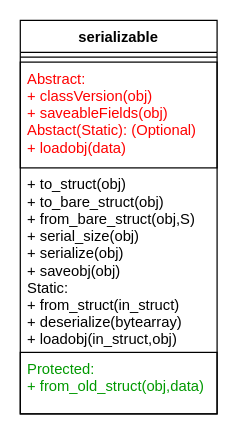
The draw.io diagram page "serializable_main_interface" (1 of 2) of documentation/diagrams/Serializable_validity.drawio in pace-neutrons/Horace, before the edit. Source tidied: cells renumbered, new cells numbered last; positions are measured from the earlier drawing's top-left corner, leaving out a move shared by most shapes. Both pictures are drawn from the tidied source at 123%, with x=0, y=0 at pixel (20, 20).
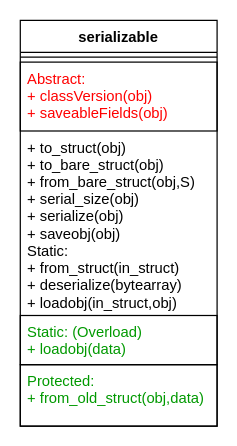
After the change.

Diff of the diagram source:
```diff
@@
 <mxGraphModel>
   <root>
     <mxCell id="0" />
     <mxCell id="1" parent="0" />
     <mxCell id="2" value="serializable" style="swimlane;fontStyle=1;align=center;verticalAlign=top;horizontal=1;startSize=26;" parent="1" vertex="1">
-      <mxGeometry width="160" height="320" as="geometry" />
+      <mxGeometry width="160" height="330" as="geometry" />
     </mxCell>
     <mxCell id="3" style="line;strokeWidth=1;fillColor=none;align=left;verticalAlign=middle;spacingTop=-1;spacingLeft=3;spacingRight=3;labelPosition=right;" parent="2" vertex="1">
       <mxGeometry y="26" width="160" height="8" as="geometry" />
     </mxCell>
-    <mxCell id="4" value="Abstract:&#10;+ classVersion(obj)&#10;+ saveableFields(obj)&#10;Abstact(Static): (Optional)&#10;+ loadobj(data)" style="text;fillColor=none;align=left;verticalAlign=top;spacingLeft=4;spacingRight=4;overflow=hidden;fontColor=#FF0000;strokeColor=#000000;" parent="2" vertex="1">
-      <mxGeometry y="34" width="160" height="86" as="geometry" />
+    <mxCell id="4" value="Abstract:&#10;+ classVersion(obj)&#10;+ saveableFields(obj)" style="text;fillColor=none;align=left;verticalAlign=top;spacingLeft=4;spacingRight=4;overflow=hidden;fontColor=#FF0000;strokeColor=#000000;" parent="2" vertex="1">
+      <mxGeometry y="34" width="160" height="56" as="geometry" />
     </mxCell>
     <mxCell id="5" value="+ to_struct(obj)&#10;+ to_bare_struct(obj)&#10;+ from_bare_struct(obj,S)&#10;+ serial_size(obj)&#10;+ serialize(obj)&#10;+ saveobj(obj)&#10;Static:&#10;+ from_struct(in_struct)&#10;+ deserialize(bytearray)&#10;+ loadobj(in_struct,obj)&#10;" style="text;strokeColor=none;fillColor=none;align=left;verticalAlign=top;spacingLeft=4;spacingRight=4;overflow=hidden;" parent="2" vertex="1">
-      <mxGeometry y="120" width="160" height="150" as="geometry" />
+      <mxGeometry y="90" width="160" height="150" as="geometry" />
     </mxCell>
+    <mxCell id="7" value="Static: (Overload)&#10;+ loadobj(data)" style="text;fillColor=none;align=left;verticalAlign=top;spacingLeft=4;spacingRight=4;overflow=hidden;strokeColor=#000000;fontColor=#009900;" parent="2" vertex="1">
+      <mxGeometry y="240" width="160" height="40" as="geometry" />
+    </mxCell>
     <mxCell id="6" value="Protected:&#10;+ from_old_struct(obj,data)" style="text;fillColor=none;align=left;verticalAlign=top;spacingLeft=4;spacingRight=4;overflow=hidden;strokeColor=#000000;fontColor=#009900;" parent="2" vertex="1">
-      <mxGeometry y="270" width="160" height="50" as="geometry" />
+      <mxGeometry y="280" width="160" height="50" as="geometry" />
     </mxCell>
   </root>
 </mxGraphModel>
```
